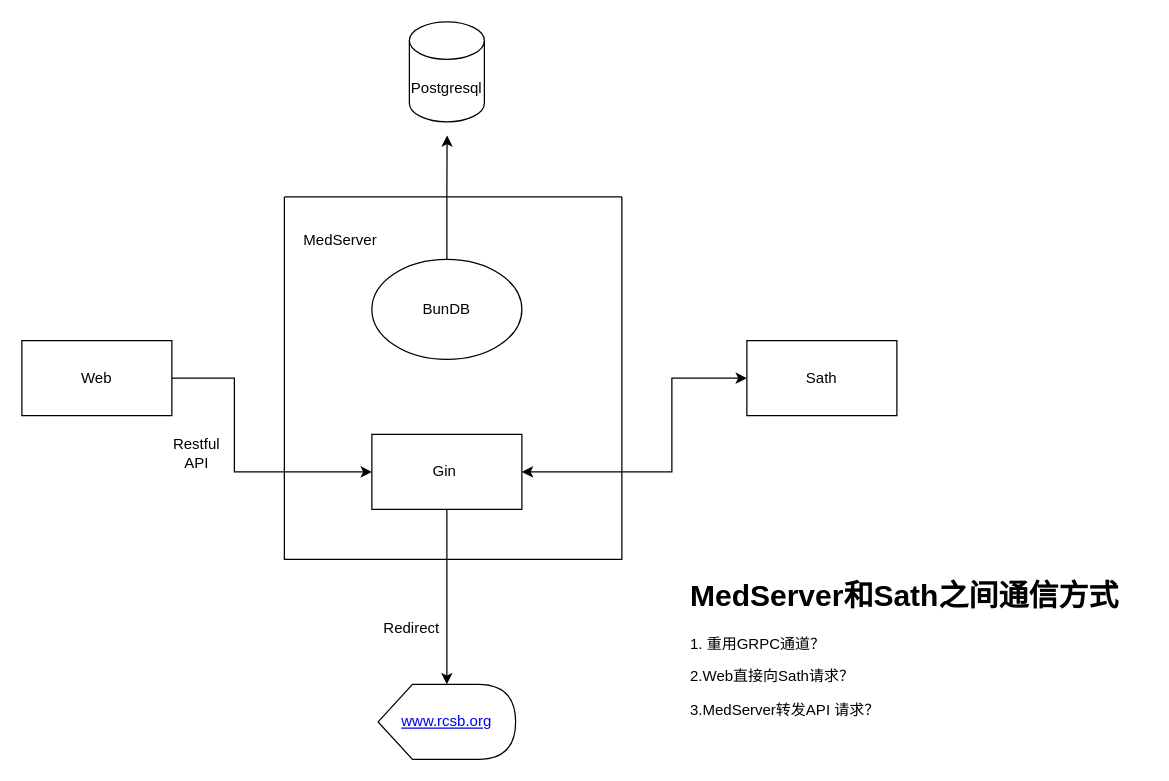
HelloYLee/SystemDesign keeps this draw.io diagram as Med.drawio. Above is the earlier version. Source tidied: cells renumbered, new cells numbered last; positions are measured from the earlier drawing's top-left corner, leaving out a move shared by most shapes. Both pictures are drawn from the tidied source at 125%, with x=0, y=0 at pixel (21, 21).
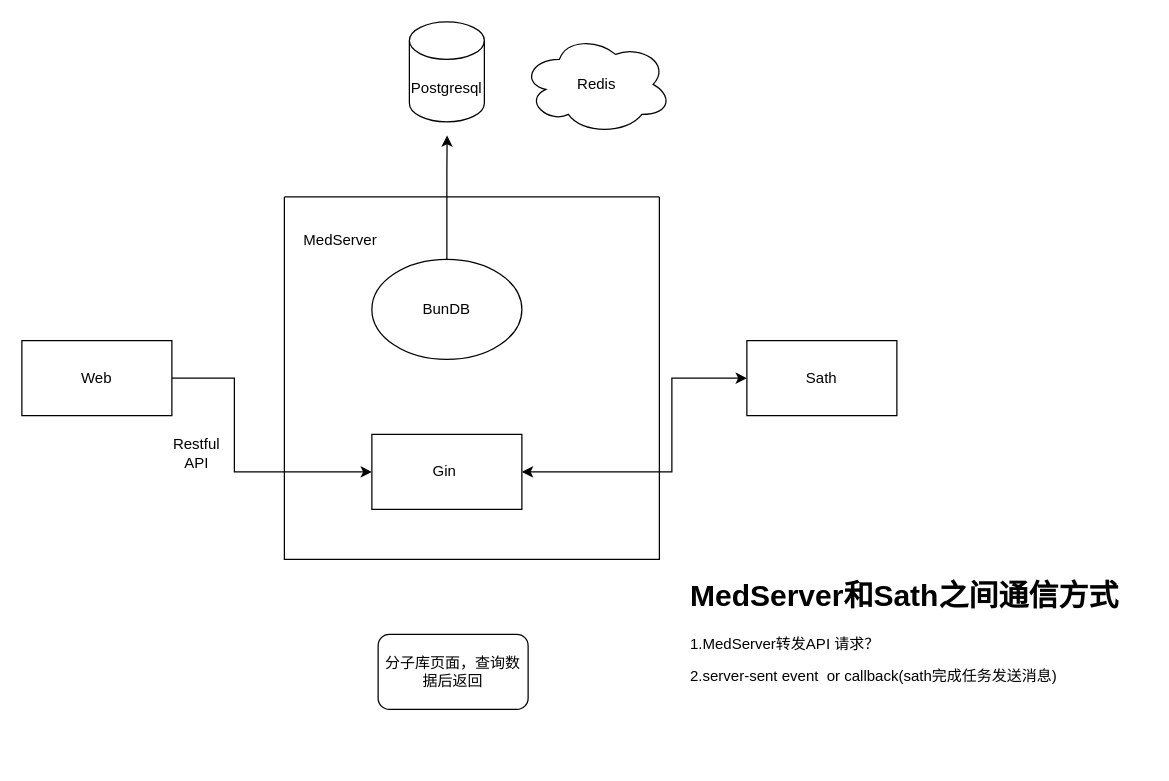
After the change.

The change refers to these unchanged cells:
```xml
<mxCell id="10" value="Gin&amp;nbsp;" style="rounded=0;whiteSpace=wrap;html=1;" parent="8" vertex="1">
  <mxGeometry x="70" y="190" width="120" height="60" as="geometry" />
</mxCell>
<mxCell id="11" value="BunDB" style="ellipse;whiteSpace=wrap;html=1;" parent="8" vertex="1">
  <mxGeometry x="70" y="50" width="120" height="80" as="geometry" />
</mxCell>
<mxCell id="13" value="Postgresql" style="shape=cylinder3;whiteSpace=wrap;html=1;boundedLbl=1;backgroundOutline=1;size=15;" parent="1" vertex="1">
  <mxGeometry x="310" width="60" height="80" as="geometry" />
</mxCell>
```

The edit, as a diff of the source:
```diff
@@
-    <mxCell id="6" value="&lt;a href=&quot;https://www.rcsb.org/structure/7T8X&quot;&gt;www.rcsb.org&lt;/a&gt;" style="shape=display;whiteSpace=wrap;html=1;" parent="1" vertex="1">
-      <mxGeometry x="285" y="530" width="110" height="60" as="geometry" />
-    </mxCell>
-    <mxCell id="7" style="edgeStyle=orthogonalEdgeStyle;rounded=0;jettySize=auto;html=1;exitX=0.5;exitY=1;exitDx=0;exitDy=0;" parent="1" edge="1" source="10" target="6">
-      <mxGeometry relative="1" as="geometry" />
-    </mxCell>
     <mxCell id="8" style="swimlane;startSize=0;" parent="1" vertex="1">
-      <mxGeometry x="210" y="140" width="270" height="290" as="geometry" />
+      <mxGeometry x="210" y="140" width="300" height="290" as="geometry" />
     </mxCell>
@@
-    <mxCell id="12" value="Redirect" style="text;html=1;strokeColor=none;fillColor=none;align=center;verticalAlign=middle;whiteSpace=wrap;rounded=0;" parent="1" vertex="1">
-      <mxGeometry x="282" y="470" width="60" height="30" as="geometry" />
-    </mxCell>
@@
     <mxCell id="14" style="edgeStyle=orthogonalEdgeStyle;rounded=0;jettySize=auto;html=1;exitX=0.5;exitY=0;exitDx=0;exitDy=0;entryX=0.503;entryY=1.135;entryDx=0;entryDy=0;entryPerimeter=0;" parent="1" edge="1" source="11" target="13">
-      <mxGeometry relative="1" as="geometry" />
+      <mxGeometry relative="1" as="geometry">
+        <Array as="points">
+          <mxPoint x="340" y="120" />
+          <mxPoint x="340" y="120" />
+        </Array>
+      </mxGeometry>
     </mxCell>
@@
-    <mxCell id="16" value="&lt;h1&gt;MedServer和Sath之间通信方式&lt;/h1&gt;&lt;p&gt;1. 重用GRPC通道？&lt;/p&gt;&lt;p&gt;2.Web直接向Sath请求？&lt;/p&gt;&lt;p&gt;3.MedServer转发API 请求？&lt;/p&gt;" style="text;html=1;strokeColor=none;fillColor=none;spacing=5;spacingTop=-20;whiteSpace=wrap;overflow=hidden;rounded=0;" parent="1" vertex="1">
+    <mxCell id="16" value="&lt;h1&gt;MedServer和Sath之间通信方式&lt;/h1&gt;&lt;p&gt;&lt;span style=&quot;background-color: initial;&quot;&gt;1.MedServer转发API 请求？&lt;/span&gt;&lt;br&gt;&lt;/p&gt;&lt;p&gt;&lt;span style=&quot;background-color: initial;&quot;&gt;2.server-sent event&amp;nbsp; or callback(sath完成任务发送消息)&lt;/span&gt;&lt;/p&gt;" style="text;html=1;strokeColor=none;fillColor=none;spacing=5;spacingTop=-20;whiteSpace=wrap;overflow=hidden;rounded=0;" parent="1" vertex="1">
       <mxGeometry x="530" y="440" width="370" height="130" as="geometry" />
     </mxCell>
+    <mxCell id="17" value="Redis" style="ellipse;shape=cloud;whiteSpace=wrap;html=1;" parent="1" vertex="1">
+      <mxGeometry x="400" y="10" width="120" height="80" as="geometry" />
+    </mxCell>
+    <mxCell id="18" value="分子库页面，查询数据后返回" style="rounded=1;whiteSpace=wrap;html=1;" parent="1" vertex="1">
+      <mxGeometry x="285" y="490" width="120" height="60" as="geometry" />
+    </mxCell>
```
